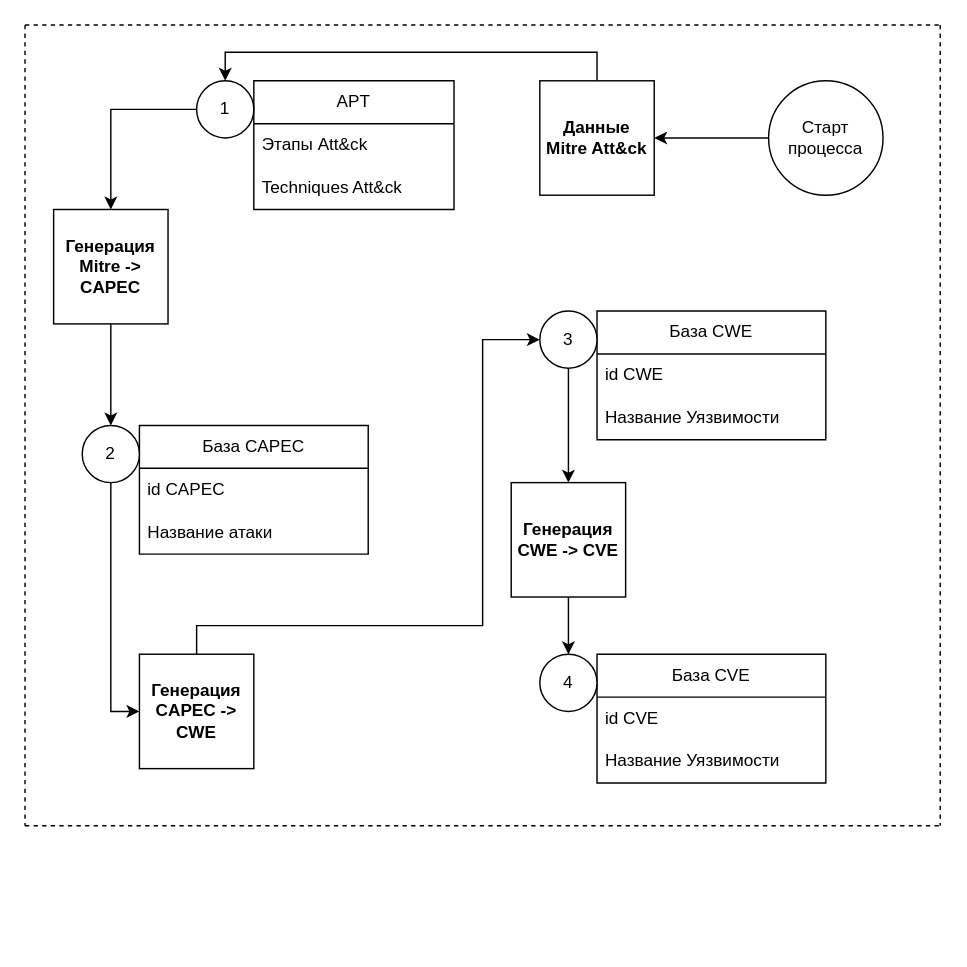
Earlier version of the draw.io diagram (Обновленная схема ОПЗ) Входные данные.drawio (SmirnovBogdan8/Diplom). Source tidied: cells renumbered, new cells numbered last; positions are measured from the earlier drawing's top-left corner, leaving out a move shared by most shapes. Both pictures are drawn from the tidied source at 143%, with x=0, y=0 at pixel (24, 24).
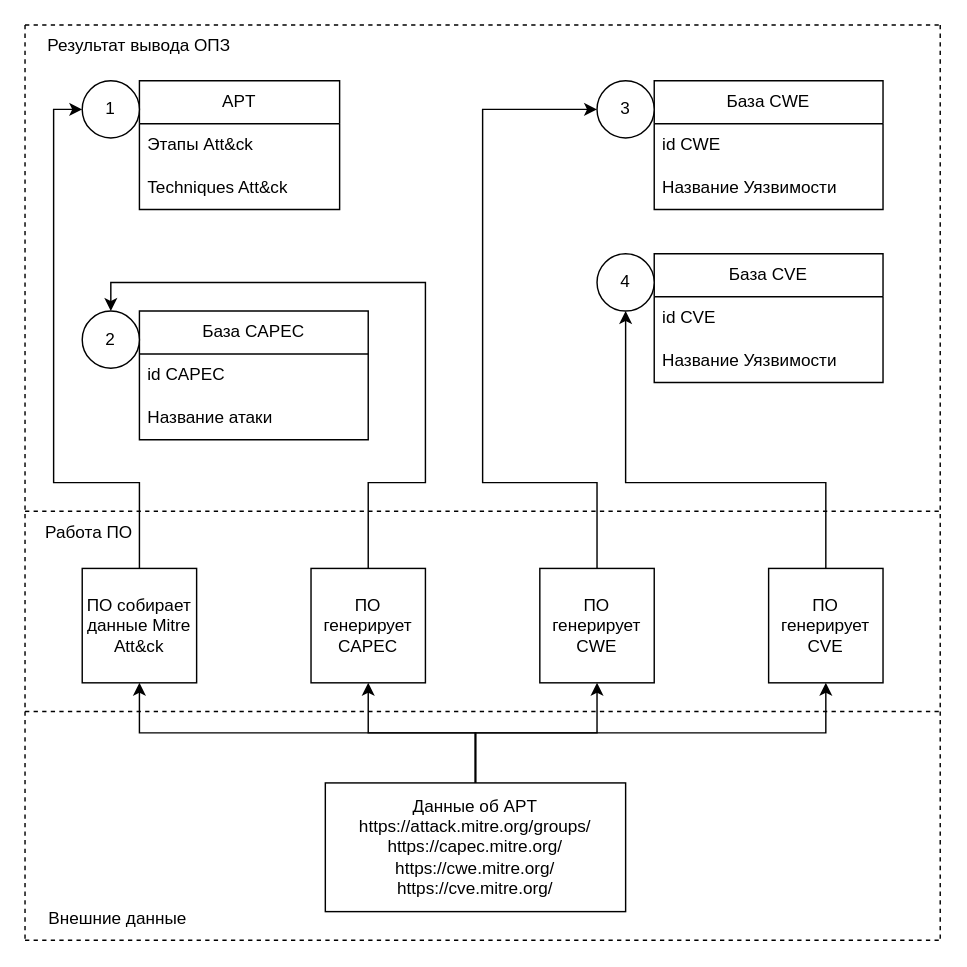
The same page after the edit.

Change to the diagram source:
```diff
@@
-    <mxCell id="3" style="endArrow=none;dashed=1;html=1;rounded=0;" parent="1" edge="1">
+    <mxCell id="3" style="endArrow=none;dashed=1;html=1;rounded=0;entryX=0;entryY=1;entryDx=0;entryDy=0;" parent="1" edge="1" target="44">
       <mxGeometry relative="1" as="geometry">
         <mxPoint as="sourcePoint" />
-        <mxPoint y="560" as="targetPoint" />
       </mxGeometry>
     </mxCell>
     <mxCell id="4" style="endArrow=none;dashed=1;html=1;rounded=0;" parent="1" edge="1">
       <mxGeometry relative="1" as="geometry">
-        <mxPoint y="560" as="sourcePoint" />
-        <mxPoint x="640" y="560" as="targetPoint" />
+        <mxPoint y="640" as="sourcePoint" />
+        <mxPoint x="640" y="640" as="targetPoint" />
       </mxGeometry>
     </mxCell>
     <mxCell id="5" value="База CAPEC" style="swimlane;fontStyle=0;horizontal=1;startSize=30;whiteSpace=wrap;html=1;" parent="1" vertex="1">
-      <mxGeometry x="80" y="280" width="160" height="90" as="geometry" />
+      <mxGeometry x="80" y="200" width="160" height="90" as="geometry" />
     </mxCell>
@@
     <mxCell id="8" value="База CVE" style="swimlane;fontStyle=0;horizontal=1;startSize=30;whiteSpace=wrap;html=1;" parent="1" vertex="1">
-      <mxGeometry x="400" y="440" width="160" height="90" as="geometry" />
+      <mxGeometry x="440" y="160" width="160" height="90" as="geometry" />
     </mxCell>
@@
     <mxCell id="11" value="APT" style="swimlane;fontStyle=0;horizontal=1;startSize=30;whiteSpace=wrap;html=1;" parent="1" vertex="1">
-      <mxGeometry x="160" y="39" width="140" height="90" as="geometry" />
+      <mxGeometry x="80" y="39" width="140" height="90" as="geometry" />
     </mxCell>
@@
-    <mxCell id="14" style="edgeStyle=orthogonalEdgeStyle;rounded=0;jettySize=auto;html=1;" parent="1" edge="1" source="15" target="23">
-      <mxGeometry relative="1" as="geometry" />
+    <mxCell id="14" style="edgeStyle=orthogonalEdgeStyle;rounded=0;jettySize=auto;html=1;exitX=0.5;exitY=0;exitDx=0;exitDy=0;entryX=0.5;entryY=0;entryDx=0;entryDy=0;" parent="1" edge="1" source="15" target="23">
+      <mxGeometry relative="1" as="geometry">
+        <Array as="points">
+          <mxPoint x="240" y="320" />
+          <mxPoint x="280" y="320" />
+          <mxPoint x="280" y="180" />
+          <mxPoint x="60" y="180" />
+        </Array>
+      </mxGeometry>
     </mxCell>
-    <mxCell id="15" value="&lt;b&gt;Генерация Mitre -&amp;gt; CAPEC&lt;/b&gt;" style="whiteSpace=wrap;html=1;" parent="1" vertex="1">
-      <mxGeometry x="20" y="129" width="80" height="80" as="geometry" />
+    <mxCell id="15" value="ПО генерирует CAPEC" style="whiteSpace=wrap;html=1;" parent="1" vertex="1">
+      <mxGeometry x="200" y="380" width="80" height="80" as="geometry" />
     </mxCell>
     <mxCell id="16" style="endArrow=none;dashed=1;html=1;rounded=0;" parent="1" edge="1">
       <mxGeometry relative="1" as="geometry">
         <mxPoint x="640" as="sourcePoint" />
-        <mxPoint x="640" y="560" as="targetPoint" />
+        <mxPoint x="640" y="640" as="targetPoint" />
       </mxGeometry>
     </mxCell>
-    <mxCell id="17" style="edgeStyle=orthogonalEdgeStyle;rounded=0;jettySize=auto;html=1;exitX=0;exitY=0.5;exitDx=0;exitDy=0;entryX=0.5;entryY=0;entryDx=0;entryDy=0;" parent="1" edge="1" source="18" target="15">
-      <mxGeometry relative="1" as="geometry" />
-    </mxCell>
     <mxCell id="18" value="1" style="ellipse;whiteSpace=wrap;html=1;" parent="1" vertex="1">
-      <mxGeometry x="120" y="39" width="40" height="40" as="geometry" />
+      <mxGeometry x="40" y="39" width="40" height="40" as="geometry" />
     </mxCell>
     <mxCell id="19" value="База CWE" style="swimlane;fontStyle=0;horizontal=1;startSize=30;whiteSpace=wrap;html=1;" parent="1" vertex="1">
-      <mxGeometry x="400" y="200" width="160" height="90" as="geometry" />
+      <mxGeometry x="440" y="39" width="160" height="90" as="geometry" />
     </mxCell>
@@
-    <mxCell id="22" style="edgeStyle=orthogonalEdgeStyle;rounded=0;jettySize=auto;html=1;entryX=0;entryY=0.5;entryDx=0;entryDy=0;" parent="1" edge="1" source="23" target="25">
-      <mxGeometry relative="1" as="geometry" />
-    </mxCell>
     <mxCell id="23" value="2" style="ellipse;whiteSpace=wrap;html=1;" parent="1" vertex="1">
-      <mxGeometry x="40" y="280" width="40" height="40" as="geometry" />
+      <mxGeometry x="40" y="200" width="40" height="40" as="geometry" />
     </mxCell>
-    <mxCell id="24" style="edgeStyle=orthogonalEdgeStyle;rounded=0;jettySize=auto;html=1;entryX=0;entryY=0.5;entryDx=0;entryDy=0;" parent="1" edge="1" source="25" target="29">
+    <mxCell id="24" style="edgeStyle=orthogonalEdgeStyle;rounded=0;jettySize=auto;html=1;exitX=0.5;exitY=0;exitDx=0;exitDy=0;entryX=0;entryY=0.5;entryDx=0;entryDy=0;" parent="1" edge="1" source="25" target="29">
       <mxGeometry relative="1" as="geometry">
         <Array as="points">
-          <mxPoint x="120" y="420" />
-          <mxPoint x="320" y="420" />
-          <mxPoint x="320" y="220" />
+          <mxPoint x="400" y="320" />
+          <mxPoint x="320" y="320" />
+          <mxPoint x="320" y="59" />
         </Array>
       </mxGeometry>
     </mxCell>
-    <mxCell id="25" value="&lt;b&gt;Генерация CAPEC -&amp;gt; CWE&lt;/b&gt;" style="whiteSpace=wrap;html=1;" parent="1" vertex="1">
-      <mxGeometry x="80" y="440" width="80" height="80" as="geometry" />
+    <mxCell id="25" value="ПО генерирует&lt;div&gt;CWE&lt;/div&gt;" style="whiteSpace=wrap;html=1;" parent="1" vertex="1">
+      <mxGeometry x="360" y="380" width="80" height="80" as="geometry" />
     </mxCell>
-    <mxCell id="26" style="edgeStyle=orthogonalEdgeStyle;rounded=0;jettySize=auto;html=1;" parent="1" edge="1" source="27" target="30">
-      <mxGeometry relative="1" as="geometry" />
+    <mxCell id="26" style="edgeStyle=orthogonalEdgeStyle;rounded=0;jettySize=auto;html=1;exitX=0.5;exitY=0;exitDx=0;exitDy=0;entryX=0.5;entryY=1;entryDx=0;entryDy=0;" parent="1" edge="1" source="27" target="30">
+      <mxGeometry relative="1" as="geometry">
+        <Array as="points">
+          <mxPoint x="560" y="320" />
+          <mxPoint x="420" y="320" />
+        </Array>
+      </mxGeometry>
     </mxCell>
-    <mxCell id="27" value="&lt;b&gt;Генерация CWE -&amp;gt; CVE&lt;/b&gt;" style="whiteSpace=wrap;html=1;" parent="1" vertex="1">
-      <mxGeometry x="340" y="320" width="80" height="80" as="geometry" />
+    <mxCell id="27" value="ПО генерирует&lt;div&gt;CVE&lt;/div&gt;" style="whiteSpace=wrap;html=1;" parent="1" vertex="1">
+      <mxGeometry x="520" y="380" width="80" height="80" as="geometry" />
     </mxCell>
-    <mxCell id="28" style="edgeStyle=orthogonalEdgeStyle;rounded=0;jettySize=auto;html=1;" parent="1" edge="1" source="29" target="27">
-      <mxGeometry relative="1" as="geometry" />
-    </mxCell>
     <mxCell id="29" value="3" style="ellipse;whiteSpace=wrap;html=1;" parent="1" vertex="1">
-      <mxGeometry x="360" y="200" width="40" height="40" as="geometry" />
+      <mxGeometry x="400" y="39" width="40" height="40" as="geometry" />
     </mxCell>
     <mxCell id="30" value="4" style="ellipse;whiteSpace=wrap;html=1;" parent="1" vertex="1">
-      <mxGeometry x="360" y="440" width="40" height="40" as="geometry" />
+      <mxGeometry x="400" y="160" width="40" height="40" as="geometry" />
     </mxCell>
-    <mxCell id="31" style="edgeStyle=orthogonalEdgeStyle;rounded=0;jettySize=auto;html=1;exitX=0.5;exitY=0;exitDx=0;exitDy=0;entryX=0.5;entryY=0;entryDx=0;entryDy=0;" parent="1" edge="1" source="32" target="18">
-      <mxGeometry relative="1" as="geometry" />
+    <mxCell id="31" style="edgeStyle=orthogonalEdgeStyle;rounded=0;jettySize=auto;html=1;exitX=0.5;exitY=0;exitDx=0;exitDy=0;entryX=0;entryY=0.5;entryDx=0;entryDy=0;" parent="1" edge="1" source="32" target="18">
+      <mxGeometry relative="1" as="geometry">
+        <Array as="points">
+          <mxPoint x="80" y="320" />
+          <mxPoint x="20" y="320" />
+          <mxPoint x="20" y="59" />
+        </Array>
+      </mxGeometry>
     </mxCell>
-    <mxCell id="32" value="&lt;b&gt;Данные Mitre Att&amp;amp;ck&lt;/b&gt;" style="whiteSpace=wrap;html=1;" parent="1" vertex="1">
-      <mxGeometry x="360" y="39" width="80" height="80" as="geometry" />
+    <mxCell id="32" value="ПО собирает данные Mitre Att&amp;amp;ck" style="whiteSpace=wrap;html=1;" parent="1" vertex="1">
+      <mxGeometry x="40" y="380" width="80" height="80" as="geometry" />
     </mxCell>
-    <mxCell id="33" style="edgeStyle=orthogonalEdgeStyle;rounded=0;jettySize=auto;html=1;" parent="1" edge="1" source="34" target="32">
-      <mxGeometry relative="1" as="geometry" />
-    </mxCell>
-    <mxCell id="34" value="Старт&lt;div&gt;процесса&lt;/div&gt;" style="ellipse;whiteSpace=wrap;html=1;" parent="1" vertex="1">
-      <mxGeometry x="520" y="39" width="80" height="80" as="geometry" />
-    </mxCell>
+    <mxCell id="35" style="edgeStyle=orthogonalEdgeStyle;rounded=0;jettySize=auto;html=1;exitX=0.5;exitY=0;exitDx=0;exitDy=0;entryX=0.5;entryY=1;entryDx=0;entryDy=0;" parent="1" edge="1" source="39" target="32">
+      <mxGeometry relative="1" as="geometry" />
+    </mxCell>
+    <mxCell id="36" style="edgeStyle=orthogonalEdgeStyle;rounded=0;jettySize=auto;html=1;exitX=0.5;exitY=0;exitDx=0;exitDy=0;entryX=0.5;entryY=1;entryDx=0;entryDy=0;" parent="1" edge="1" source="39" target="15">
+      <mxGeometry relative="1" as="geometry" />
+    </mxCell>
+    <mxCell id="37" style="edgeStyle=orthogonalEdgeStyle;rounded=0;jettySize=auto;html=1;exitX=0.5;exitY=0;exitDx=0;exitDy=0;entryX=0.5;entryY=1;entryDx=0;entryDy=0;" parent="1" edge="1" source="39" target="25">
+      <mxGeometry relative="1" as="geometry" />
+    </mxCell>
+    <mxCell id="38" style="edgeStyle=orthogonalEdgeStyle;rounded=0;jettySize=auto;html=1;exitX=0.5;exitY=0;exitDx=0;exitDy=0;entryX=0.5;entryY=1;entryDx=0;entryDy=0;" parent="1" edge="1" source="39" target="27">
+      <mxGeometry relative="1" as="geometry" />
+    </mxCell>
+    <mxCell id="39" value="Данные об APT&lt;br&gt;https://attack.mitre.org/groups/&lt;div&gt;https://capec.mitre.org/&lt;br&gt;&lt;/div&gt;&lt;div&gt;https://cwe.mitre.org/&lt;br&gt;&lt;/div&gt;&lt;div&gt;https://cve.mitre.org/&lt;br&gt;&lt;/div&gt;" style="rounded=0;whiteSpace=wrap;html=1;" parent="1" vertex="1">
+      <mxGeometry x="210" y="530" width="210" height="90" as="geometry" />
+    </mxCell>
+    <mxCell id="40" style="endArrow=none;dashed=1;html=1;rounded=0;" parent="1" edge="1">
+      <mxGeometry relative="1" as="geometry">
+        <mxPoint y="340" as="sourcePoint" />
+        <mxPoint x="640" y="340" as="targetPoint" />
+      </mxGeometry>
+    </mxCell>
+    <mxCell id="41" style="endArrow=none;dashed=1;html=1;rounded=0;" parent="1" edge="1">
+      <mxGeometry relative="1" as="geometry">
+        <mxPoint y="480" as="sourcePoint" />
+        <mxPoint x="640" y="480" as="targetPoint" />
+      </mxGeometry>
+    </mxCell>
+    <mxCell id="42" value="Результат вывода ОПЗ" style="text;html=1;align=center;verticalAlign=middle;whiteSpace=wrap;rounded=0;" parent="1" vertex="1">
+      <mxGeometry width="160" height="30" as="geometry" />
+    </mxCell>
+    <mxCell id="43" value="Работа ПО" style="text;html=1;align=center;verticalAlign=middle;whiteSpace=wrap;rounded=0;" parent="1" vertex="1">
+      <mxGeometry y="340" width="90" height="30" as="geometry" />
+    </mxCell>
+    <mxCell id="44" value="Внешние данные" style="text;html=1;align=center;verticalAlign=middle;whiteSpace=wrap;rounded=0;" parent="1" vertex="1">
+      <mxGeometry y="610" width="130" height="30" as="geometry" />
+    </mxCell>
```
